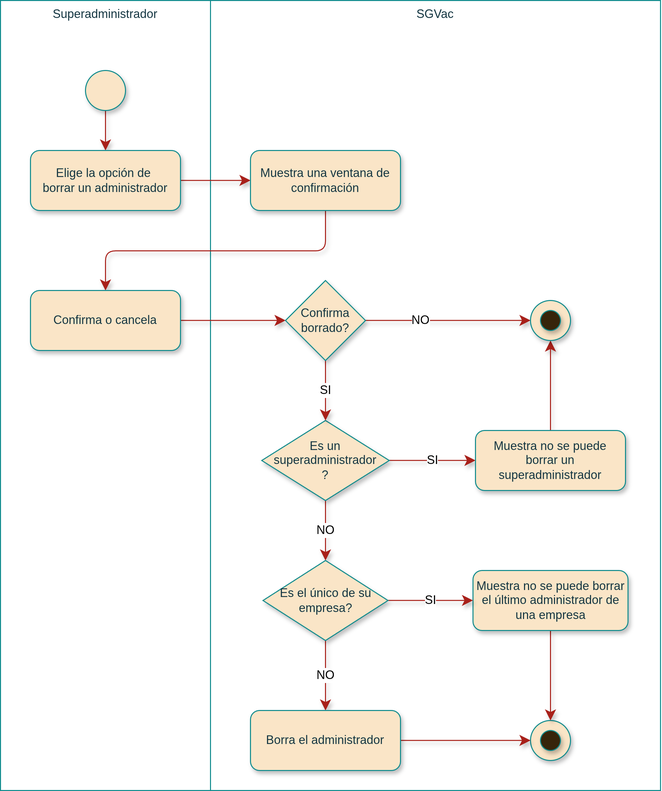
This is Informe/Actividad/Borrar Administrador.drawio.png from LeandroMurillo/Trabajo-Graduacion, a draw.io export, as it was before one commit. Source tidied: cells renumbered, new cells last; positions are measured from the earlier drawing's top-left corner, leaving out a move shared by most shapes.
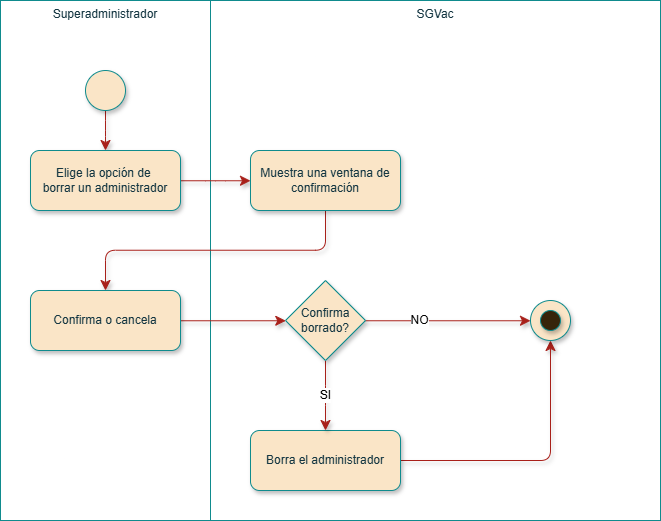
The same diagram one commit later.

What changed in the source:
```diff
@@ -2,100 +2,65 @@
   <root>
     <mxCell id="0" />
     <mxCell id="1" parent="0" />
-    <mxCell id="2" value="Superadministrador" style="rounded=0;whiteSpace=wrap;strokeColor=#0F8B8D;fontColor=#143642;fillColor=none;verticalAlign=top;fontFamily=Arimo Nerd Font;labelBackgroundColor=none;html=1;" parent="1" vertex="1">
-      <mxGeometry width="210" height="790" as="geometry" />
+    <mxCell id="2" value="Superadministrador" style="rounded=0;whiteSpace=wrap;strokeColor=#0F8B8D;fontColor=#143642;fillColor=none;verticalAlign=top;fontFamily=Arial;labelBackgroundColor=none;html=1;" parent="1" vertex="1">
+      <mxGeometry width="210" height="520" as="geometry" />
     </mxCell>
-    <mxCell id="3" value="SGVac" style="rounded=0;whiteSpace=wrap;strokeColor=#0F8B8D;fontColor=#143642;fillColor=none;verticalAlign=top;fontFamily=Arimo Nerd Font;labelBackgroundColor=none;html=1;" parent="1" vertex="1">
-      <mxGeometry x="210" width="450" height="790" as="geometry" />
+    <mxCell id="3" value="SGVac" style="rounded=0;whiteSpace=wrap;strokeColor=#0F8B8D;fontColor=#143642;fillColor=none;verticalAlign=top;fontFamily=Arial;labelBackgroundColor=none;html=1;" parent="1" vertex="1">
+      <mxGeometry x="210" width="450" height="520" as="geometry" />
     </mxCell>
-    <mxCell id="4" style="edgeStyle=elbowEdgeStyle;shape=connector;curved=0;rounded=1;jettySize=auto;elbow=vertical;html=1;strokeColor=#A8201A;align=center;verticalAlign=middle;fontFamily=Arimo Nerd Font;fontSize=12;fontColor=default;labelBackgroundColor=default;startSize=8;endArrow=classic;endSize=8;shadow=1;" parent="1" edge="1" source="6" target="8">
+    <mxCell id="4" style="edgeStyle=elbowEdgeStyle;shape=connector;curved=0;rounded=1;jettySize=auto;elbow=vertical;html=1;strokeColor=#A8201A;align=center;verticalAlign=middle;fontFamily=Arial;fontSize=12;fontColor=default;labelBackgroundColor=default;startSize=8;endArrow=classic;endSize=8;shadow=1;" parent="1" edge="1" source="6" target="8">
       <mxGeometry relative="1" as="geometry" />
     </mxCell>
-    <mxCell id="5" style="edgeLabel;html=1;align=center;verticalAlign=middle;fontSize=12;fontFamily=Arimo Nerd Font;fontColor=default;labelBackgroundColor=default;" parent="4" vertex="1">
+    <mxCell id="5" style="edgeLabel;html=1;align=center;verticalAlign=middle;fontSize=12;fontFamily=Arial;fontColor=default;labelBackgroundColor=default;" parent="4" vertex="1">
       <mxGeometry x="-0.11" y="1" relative="1" as="geometry" />
     </mxCell>
-    <mxCell id="6" style="ellipse;whiteSpace=wrap;rounded=1;labelBackgroundColor=none;fillColor=#FAE5C7;strokeColor=#0F8B8D;fontColor=#143642;fontFamily=Arimo Nerd Font;html=1;shadow=1;" parent="1" vertex="1">
+    <mxCell id="6" style="ellipse;whiteSpace=wrap;rounded=1;labelBackgroundColor=none;fillColor=#FAE5C7;strokeColor=#0F8B8D;fontColor=#143642;fontFamily=Arial;html=1;shadow=1;" parent="1" vertex="1">
       <mxGeometry x="85" y="70" width="40" height="40" as="geometry" />
     </mxCell>
-    <mxCell id="7" style="edgeStyle=elbowEdgeStyle;shape=connector;curved=0;rounded=1;jettySize=auto;elbow=vertical;html=1;shadow=1;strokeColor=#A8201A;align=center;verticalAlign=middle;fontFamily=Arimo Nerd Font;fontSize=12;fontColor=default;labelBackgroundColor=default;startSize=8;endArrow=classic;endSize=8;" parent="1" edge="1" source="8" target="13">
+    <mxCell id="7" style="edgeStyle=elbowEdgeStyle;shape=connector;curved=0;rounded=1;jettySize=auto;elbow=vertical;html=1;shadow=1;strokeColor=#A8201A;align=center;verticalAlign=middle;fontFamily=Arial;fontSize=12;fontColor=default;labelBackgroundColor=default;startSize=8;endArrow=classic;endSize=8;" parent="1" edge="1" source="8" target="13">
       <mxGeometry relative="1" as="geometry" />
     </mxCell>
-    <mxCell id="8" value="Elige la opción de&amp;nbsp;&lt;div&gt;borrar un administrador&lt;/div&gt;" style="rounded=1;whiteSpace=wrap;labelBackgroundColor=none;fillColor=#FAE5C7;strokeColor=#0F8B8D;fontColor=#143642;fontFamily=Arimo Nerd Font;html=1;shadow=1;" parent="1" vertex="1">
+    <mxCell id="8" value="Elige la opción de&amp;nbsp;&lt;div&gt;borrar un administrador&lt;/div&gt;" style="rounded=1;whiteSpace=wrap;labelBackgroundColor=none;fillColor=#FAE5C7;strokeColor=#0F8B8D;fontColor=#143642;fontFamily=Arial;html=1;shadow=1;" parent="1" vertex="1">
       <mxGeometry x="30" y="150" width="150" height="60" as="geometry" />
     </mxCell>
-    <mxCell id="9" style="group;fontFamily=Arimo Nerd Font;labelBackgroundColor=none;fontColor=#143642;html=1;shadow=1;" parent="1" vertex="1">
-      <mxGeometry x="530" y="720" width="40" height="40" as="geometry" />
-    </mxCell>
-    <mxCell id="10" style="ellipse;whiteSpace=wrap;rounded=1;labelBackgroundColor=none;fillColor=#FAE5C7;strokeColor=#0F8B8D;fontColor=#143642;fontFamily=Arimo Nerd Font;html=1;shadow=1;" parent="9" vertex="1">
-      <mxGeometry width="40" height="40" as="geometry" />
-    </mxCell>
-    <mxCell id="11" style="ellipse;whiteSpace=wrap;rounded=1;labelBackgroundColor=none;fillColor=light-dark(#36240A,#FAE5C7);strokeColor=#0F8B8D;fontColor=#143642;fontFamily=Arimo Nerd Font;html=1;shadow=1;" parent="9" vertex="1">
-      <mxGeometry x="10" y="10" width="20" height="20" as="geometry" />
-    </mxCell>
-    <mxCell id="12" style="edgeStyle=elbowEdgeStyle;shape=connector;curved=0;rounded=1;jettySize=auto;elbow=vertical;html=1;entryX=0.5;entryY=0;entryDx=0;entryDy=0;shadow=1;strokeColor=#A8201A;align=center;verticalAlign=middle;fontFamily=Arimo Nerd Font;fontSize=12;fontColor=default;labelBackgroundColor=default;startSize=8;endArrow=classic;endSize=8;" parent="1" edge="1" source="13" target="18">
+    <mxCell id="12" style="edgeStyle=elbowEdgeStyle;shape=connector;curved=0;rounded=1;jettySize=auto;elbow=vertical;html=1;entryX=0.5;entryY=0;entryDx=0;entryDy=0;shadow=1;strokeColor=#A8201A;align=center;verticalAlign=middle;fontFamily=Arial;fontSize=12;fontColor=default;labelBackgroundColor=default;startSize=8;endArrow=classic;endSize=8;" parent="1" edge="1" source="13" target="18">
       <mxGeometry relative="1" as="geometry" />
     </mxCell>
-    <mxCell id="13" value="Muestra una ventana de confirmación" style="rounded=1;whiteSpace=wrap;labelBackgroundColor=none;fillColor=#FAE5C7;strokeColor=#0F8B8D;fontColor=#143642;fontFamily=Arimo Nerd Font;html=1;shadow=1;" parent="1" vertex="1">
+    <mxCell id="13" value="Muestra una ventana de confirmación" style="rounded=1;whiteSpace=wrap;labelBackgroundColor=none;fillColor=#FAE5C7;strokeColor=#0F8B8D;fontColor=#143642;fontFamily=Arial;html=1;shadow=1;" parent="1" vertex="1">
       <mxGeometry x="250" y="150" width="150" height="60" as="geometry" />
     </mxCell>
-    <mxCell id="14" value="NO" style="edgeStyle=elbowEdgeStyle;shape=connector;curved=0;rounded=1;jettySize=auto;elbow=vertical;html=1;shadow=1;strokeColor=#A8201A;align=center;verticalAlign=middle;fontFamily=Arimo Nerd Font;fontSize=12;fontColor=default;labelBackgroundColor=default;startSize=8;endArrow=classic;endSize=8;" parent="1" edge="1" source="16" target="25">
-      <mxGeometry relative="1" as="geometry" />
-    </mxCell>
-    <mxCell id="15" value="SI" style="edgeStyle=elbowEdgeStyle;shape=connector;curved=0;rounded=1;jettySize=auto;elbow=vertical;html=1;shadow=1;strokeColor=#A8201A;align=center;verticalAlign=middle;fontFamily=Arimo Nerd Font;fontSize=12;fontColor=default;labelBackgroundColor=default;startSize=8;endArrow=classic;endSize=8;" parent="1" edge="1" source="16" target="20">
-      <mxGeometry relative="1" as="geometry" />
-    </mxCell>
-    <mxCell id="16" value="Es un superadministrador&lt;div&gt;?&lt;/div&gt;" style="rhombus;whiteSpace=wrap;strokeColor=#0F8B8D;fontFamily=Arimo Nerd Font;fontSize=12;fontColor=#143642;labelBackgroundColor=none;fillColor=#FAE5C7;textDirection=ltr;html=1;shadow=1;" parent="1" vertex="1">
-      <mxGeometry x="261.2" y="420" width="127.5" height="80" as="geometry" />
-    </mxCell>
-    <mxCell id="17" style="edgeStyle=elbowEdgeStyle;shape=connector;curved=0;rounded=1;jettySize=auto;elbow=vertical;html=1;shadow=1;strokeColor=#A8201A;align=center;verticalAlign=middle;fontFamily=Arimo Nerd Font;fontSize=12;fontColor=default;labelBackgroundColor=default;startSize=8;endArrow=classic;endSize=8;" parent="1" edge="1" source="18" target="30">
+    <mxCell id="17" style="edgeStyle=elbowEdgeStyle;shape=connector;curved=0;rounded=1;jettySize=auto;elbow=vertical;html=1;shadow=1;strokeColor=#A8201A;align=center;verticalAlign=middle;fontFamily=Arial;fontSize=12;fontColor=default;labelBackgroundColor=default;startSize=8;endArrow=classic;endSize=8;" parent="1" edge="1" source="18" target="30">
       <mxGeometry relative="1" as="geometry" />
     </mxCell>
-    <mxCell id="18" value="Confirma o cancela" style="rounded=1;whiteSpace=wrap;labelBackgroundColor=none;fillColor=#FAE5C7;strokeColor=#0F8B8D;fontColor=#143642;fontFamily=Arimo Nerd Font;html=1;shadow=1;" parent="1" vertex="1">
+    <mxCell id="18" value="Confirma o cancela" style="rounded=1;whiteSpace=wrap;labelBackgroundColor=none;fillColor=#FAE5C7;strokeColor=#0F8B8D;fontColor=#143642;fontFamily=Arial;html=1;shadow=1;" parent="1" vertex="1">
       <mxGeometry x="30" y="290" width="150" height="60" as="geometry" />
     </mxCell>
-    <mxCell id="19" style="edgeStyle=elbowEdgeStyle;shape=connector;curved=0;rounded=1;jettySize=auto;elbow=vertical;html=1;entryX=0.5;entryY=1;entryDx=0;entryDy=0;shadow=1;strokeColor=#A8201A;align=center;verticalAlign=middle;fontFamily=Arimo Nerd Font;fontSize=12;fontColor=default;labelBackgroundColor=default;startSize=8;endArrow=classic;endSize=8;" parent="1" edge="1" source="20" target="32">
-      <mxGeometry relative="1" as="geometry" />
+    <mxCell id="19" style="edgeStyle=elbowEdgeStyle;shape=connector;curved=0;rounded=1;jettySize=auto;elbow=vertical;html=1;entryX=0.5;entryY=1;entryDx=0;entryDy=0;shadow=1;strokeColor=#A8201A;align=center;verticalAlign=middle;fontFamily=Arial;fontSize=12;fontColor=default;labelBackgroundColor=default;startSize=8;endArrow=classic;endSize=8;exitX=1;exitY=0.5;exitDx=0;exitDy=0;" parent="1" edge="1" source="27" target="32">
+      <mxGeometry relative="1" as="geometry">
+        <Array as="points">
+          <mxPoint x="490" y="460" />
+        </Array>
+      </mxGeometry>
     </mxCell>
-    <mxCell id="20" value="Muestra no se puede borrar un superadministrador" style="rounded=1;whiteSpace=wrap;labelBackgroundColor=none;fillColor=#FAE5C7;strokeColor=#0F8B8D;fontColor=#143642;fontFamily=Arimo Nerd Font;html=1;shadow=1;" parent="1" vertex="1">
-      <mxGeometry x="475" y="430" width="150" height="60" as="geometry" />
-    </mxCell>
-    <mxCell id="21" style="edgeStyle=elbowEdgeStyle;shape=connector;curved=0;rounded=1;jettySize=auto;elbow=vertical;html=1;entryX=0.5;entryY=0;entryDx=0;entryDy=0;shadow=1;strokeColor=#A8201A;align=center;verticalAlign=middle;fontFamily=Arimo Nerd Font;fontSize=12;fontColor=default;labelBackgroundColor=default;startSize=8;endArrow=classic;endSize=8;" parent="1" edge="1" source="22" target="10">
-      <mxGeometry relative="1" as="geometry" />
-    </mxCell>
-    <mxCell id="22" value="Muestra no se puede borrar el último administrador de una empresa" style="rounded=1;whiteSpace=wrap;labelBackgroundColor=none;fillColor=#FAE5C7;strokeColor=#0F8B8D;fontColor=#143642;fontFamily=Arimo Nerd Font;html=1;shadow=1;" parent="1" vertex="1">
-      <mxGeometry x="472.5" y="570" width="155" height="60" as="geometry" />
-    </mxCell>
-    <mxCell id="23" value="SI" style="edgeStyle=elbowEdgeStyle;shape=connector;curved=0;rounded=1;jettySize=auto;elbow=vertical;html=1;shadow=1;strokeColor=#A8201A;align=center;verticalAlign=middle;fontFamily=Arimo Nerd Font;fontSize=12;fontColor=default;labelBackgroundColor=default;startSize=8;endArrow=classic;endSize=8;" parent="1" edge="1" source="25" target="22">
-      <mxGeometry relative="1" as="geometry" />
-    </mxCell>
-    <mxCell id="24" value="NO" style="edgeStyle=elbowEdgeStyle;shape=connector;curved=0;rounded=1;jettySize=auto;elbow=vertical;html=1;shadow=1;strokeColor=#A8201A;align=center;verticalAlign=middle;fontFamily=Arimo Nerd Font;fontSize=12;fontColor=default;labelBackgroundColor=default;startSize=8;endArrow=classic;endSize=8;" parent="1" edge="1" source="25" target="27">
-      <mxGeometry relative="1" as="geometry" />
-    </mxCell>
-    <mxCell id="25" value="Es el único de su empresa?" style="rhombus;whiteSpace=wrap;strokeColor=#0F8B8D;fontFamily=Arimo Nerd Font;fontSize=12;fontColor=#143642;labelBackgroundColor=none;fillColor=#FAE5C7;textDirection=ltr;html=1;shadow=1;" parent="1" vertex="1">
-      <mxGeometry x="262.5" y="560" width="125" height="80" as="geometry" />
-    </mxCell>
-    <mxCell id="26" style="edgeStyle=elbowEdgeStyle;shape=connector;curved=0;rounded=1;jettySize=auto;elbow=vertical;html=1;entryX=0;entryY=0.5;entryDx=0;entryDy=0;shadow=1;strokeColor=#A8201A;align=center;verticalAlign=middle;fontFamily=Arimo Nerd Font;fontSize=12;fontColor=default;labelBackgroundColor=default;startSize=8;endArrow=classic;endSize=8;" parent="1" edge="1" source="27" target="10">
-      <mxGeometry relative="1" as="geometry" />
-    </mxCell>
-    <mxCell id="27" value="Borra el administrador" style="rounded=1;whiteSpace=wrap;labelBackgroundColor=none;fillColor=#FAE5C7;strokeColor=#0F8B8D;fontColor=#143642;fontFamily=Arimo Nerd Font;html=1;shadow=1;" parent="1" vertex="1">
-      <mxGeometry x="250" y="710" width="150" height="60" as="geometry" />
+    <mxCell id="27" value="Borra el administrador" style="rounded=1;whiteSpace=wrap;labelBackgroundColor=none;fillColor=#FAE5C7;strokeColor=#0F8B8D;fontColor=#143642;fontFamily=Arial;html=1;shadow=1;" parent="1" vertex="1">
+      <mxGeometry x="250" y="430" width="150" height="60" as="geometry" />
     </mxCell>
-    <mxCell id="28" value="SI" style="edgeStyle=elbowEdgeStyle;shape=connector;curved=0;rounded=1;jettySize=auto;elbow=vertical;html=1;shadow=1;strokeColor=#A8201A;align=center;verticalAlign=middle;fontFamily=Arimo Nerd Font;fontSize=12;fontColor=default;labelBackgroundColor=default;startSize=8;endArrow=classic;endSize=8;" parent="1" edge="1" source="30" target="16">
+    <mxCell id="28" value="SI" style="edgeStyle=elbowEdgeStyle;shape=connector;curved=0;rounded=1;jettySize=auto;elbow=vertical;html=1;shadow=1;strokeColor=#A8201A;align=center;verticalAlign=middle;fontFamily=Arial;fontSize=12;fontColor=default;labelBackgroundColor=default;startSize=8;endArrow=classic;endSize=8;entryX=0.5;entryY=0;entryDx=0;entryDy=0;" parent="1" edge="1" source="30" target="27">
       <mxGeometry relative="1" as="geometry" />
     </mxCell>
-    <mxCell id="29" value="NO" style="edgeStyle=elbowEdgeStyle;shape=connector;curved=0;rounded=1;jettySize=auto;elbow=vertical;html=1;entryX=0;entryY=0.5;entryDx=0;entryDy=0;shadow=1;strokeColor=#A8201A;align=center;verticalAlign=middle;fontFamily=Arimo Nerd Font;fontSize=12;fontColor=default;labelBackgroundColor=default;startSize=8;endArrow=classic;endSize=8;" parent="1" edge="1" source="30" target="32">
+    <mxCell id="29" value="NO" style="edgeStyle=elbowEdgeStyle;shape=connector;curved=0;rounded=1;jettySize=auto;elbow=vertical;html=1;entryX=0;entryY=0.5;entryDx=0;entryDy=0;shadow=1;strokeColor=#A8201A;align=center;verticalAlign=middle;fontFamily=Arial;fontSize=12;fontColor=default;labelBackgroundColor=default;startSize=8;endArrow=classic;endSize=8;" parent="1" edge="1" source="30" target="32">
       <mxGeometry x="-0.33" relative="1" as="geometry" />
     </mxCell>
-    <mxCell id="30" value="Confirma borrado?" style="rhombus;whiteSpace=wrap;strokeColor=#0F8B8D;fontFamily=Arimo Nerd Font;fontSize=12;fontColor=#143642;labelBackgroundColor=none;fillColor=#FAE5C7;textDirection=ltr;html=1;shadow=1;" parent="1" vertex="1">
+    <mxCell id="30" value="Confirma borrado?" style="rhombus;whiteSpace=wrap;strokeColor=#0F8B8D;fontFamily=Arial;fontSize=12;fontColor=#143642;labelBackgroundColor=none;fillColor=#FAE5C7;textDirection=ltr;html=1;shadow=1;" parent="1" vertex="1">
       <mxGeometry x="285" y="280" width="80" height="80" as="geometry" />
     </mxCell>
-    <mxCell id="31" style="group;fontFamily=Arimo Nerd Font;labelBackgroundColor=none;fontColor=#143642;html=1;shadow=1;" parent="1" vertex="1">
+    <mxCell id="31" style="group;fontFamily=Arial;labelBackgroundColor=none;fontColor=#143642;html=1;shadow=1;" parent="1" vertex="1">
       <mxGeometry x="530" y="300" width="40" height="40" as="geometry" />
     </mxCell>
-    <mxCell id="32" style="ellipse;whiteSpace=wrap;rounded=1;labelBackgroundColor=none;fillColor=#FAE5C7;strokeColor=#0F8B8D;fontColor=#143642;fontFamily=Arimo Nerd Font;html=1;shadow=1;" parent="31" vertex="1">
+    <mxCell id="32" style="ellipse;whiteSpace=wrap;rounded=1;labelBackgroundColor=none;fillColor=#FAE5C7;strokeColor=#0F8B8D;fontColor=#143642;fontFamily=Arial;html=1;shadow=1;" parent="31" vertex="1">
       <mxGeometry width="40" height="40" as="geometry" />
     </mxCell>
-    <mxCell id="33" style="ellipse;whiteSpace=wrap;rounded=1;labelBackgroundColor=none;fillColor=light-dark(#36240A,#FAE5C7);strokeColor=#0F8B8D;fontColor=#143642;fontFamily=Arimo Nerd Font;html=1;shadow=1;" parent="31" vertex="1">
+    <mxCell id="33" style="ellipse;whiteSpace=wrap;rounded=1;labelBackgroundColor=none;fillColor=light-dark(#36240A,#FAE5C7);strokeColor=#0F8B8D;fontColor=#143642;fontFamily=Arial;html=1;shadow=1;" parent="31" vertex="1">
       <mxGeometry x="10" y="10" width="20" height="20" as="geometry" />
     </mxCell>
   </root>
```
